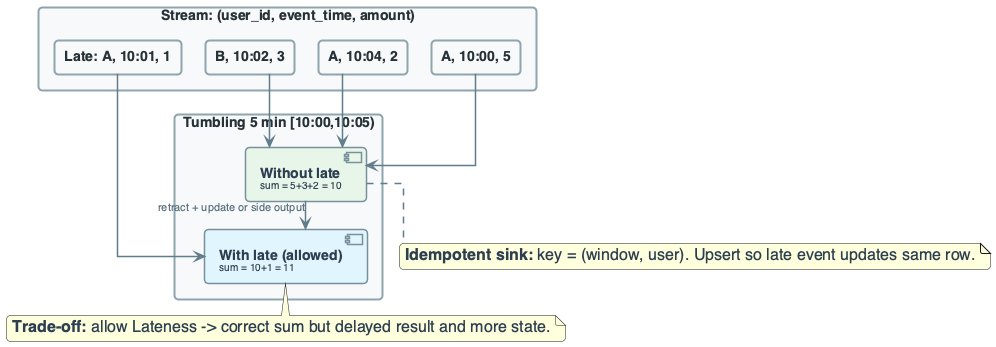
The PlantUML diagram diagrams/week10/week10_practice_slide18_window_late_reasoning.png in OrPerets/data-engineering-course, before a commit.
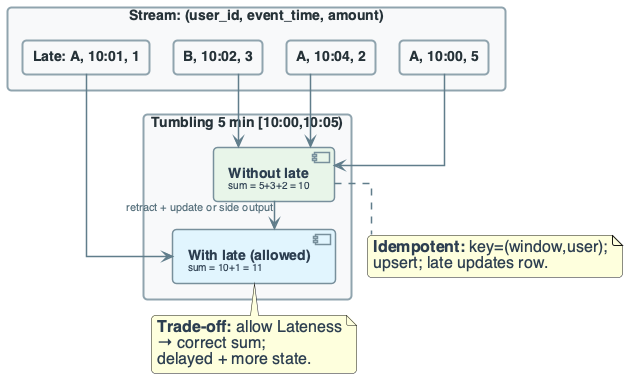
The same diagram one commit later.

The edit, as a diff of the source:
```diff
@@ -136,7 +136,7 @@
 late --> w1b
 w1 --> w1b : retract + update or side output
 
-note bottom of w1 : **Idempotent sink:** key = (window, user). Upsert so late event updates same row.
-note bottom of w1b : **Trade-off:** allow Lateness -> correct sum but delayed result and more state.
+note bottom of w1 : **Idempotent:** key=(window,user);\nupsert; late updates row.
+note bottom of w1b : **Trade-off:** allow Lateness\n→ correct sum;\ndelayed + more state.
 
 @enduml
```
